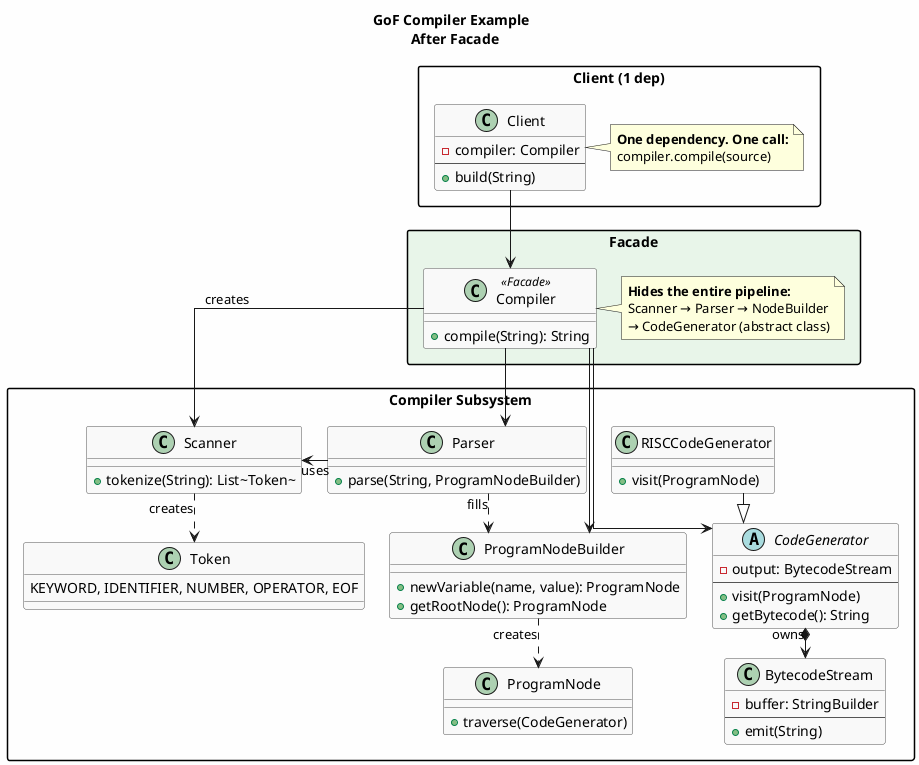
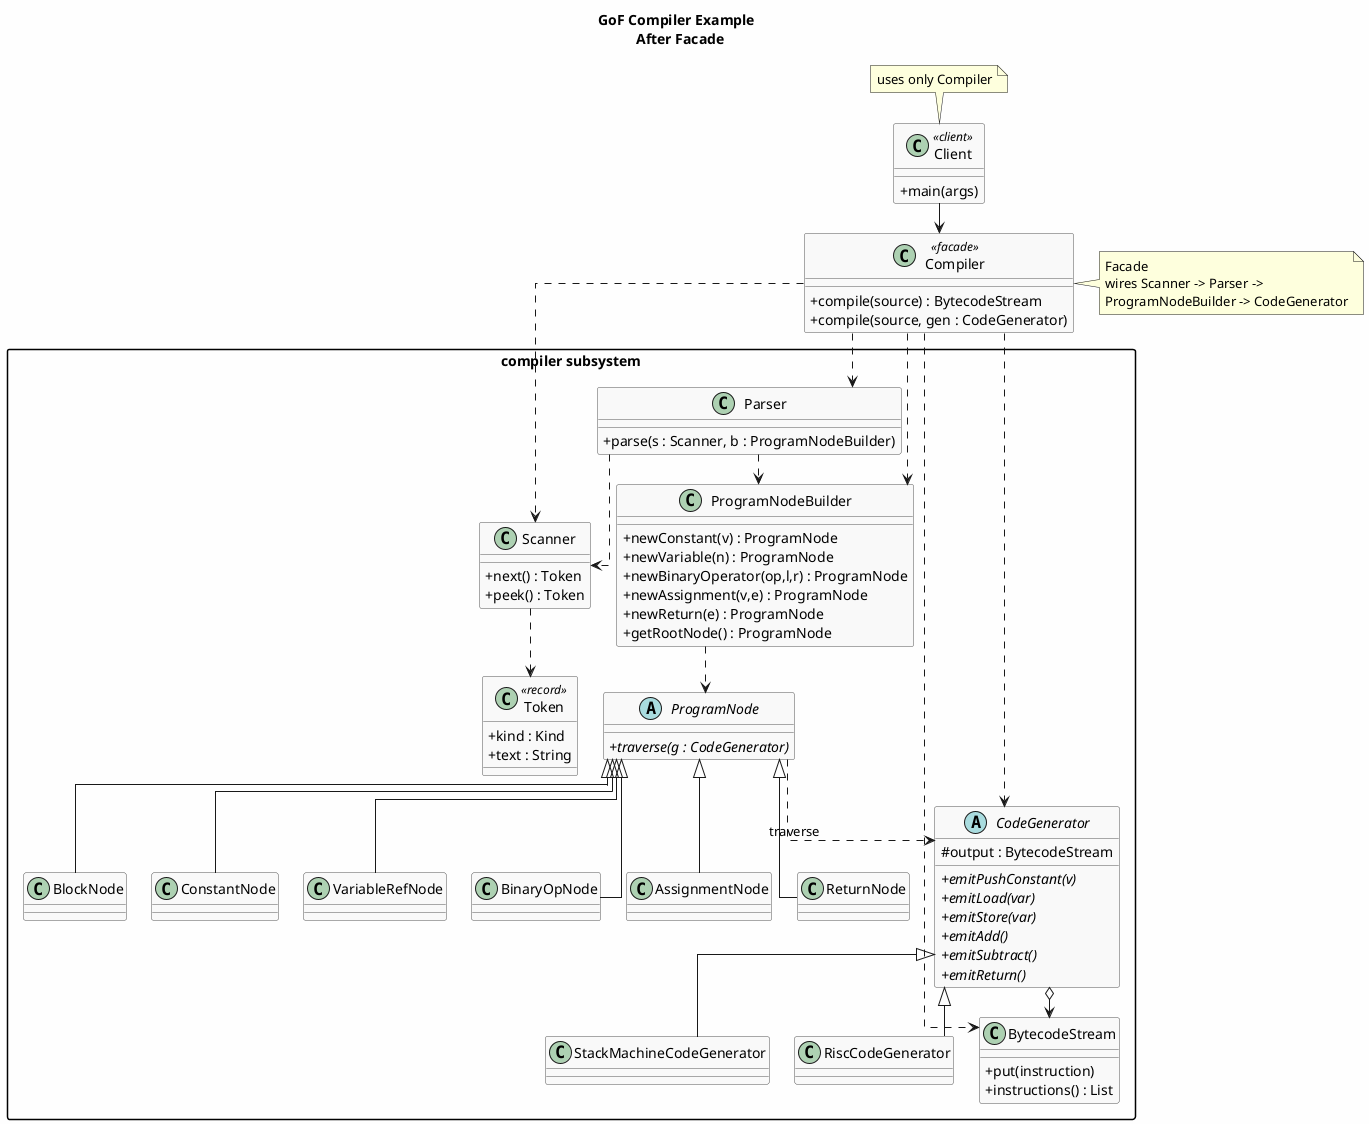
- @startuml gof_after
+ @startuml Facade-Compiler
+ skinparam classAttributeIconSize 0
skinparam backgroundColor #FEFEFE
skinparam packageStyle rectangle
skinparam nodesep 25
skinparam ranksep 30
skinparam linetype ortho
skinparam stereotypeCBackgroundColor #E8F5E9
+ 
skinparam class {
    BackgroundColor #F9F9F9
    BorderColor #555555
}

title GoF Compiler Example \n After Facade

- package "Client (1 dep)" as ClientPkg {
-     class Client {
-         - compiler: Compiler
-         --
-         + build(String)
-     }
+ class Client <<client>> {
+   + main(args)
+ }
+ note top of Client : uses only Compiler

-     note right of Client
-         <b>One dependency. One call:</b>
-         compiler.compile(source)
-     end note
+ class Compiler <<facade>> {
+   + compile(source) : BytecodeStream
+   + compile(source, gen : CodeGenerator)
+ }
+ note right of Compiler : Facade\nwires Scanner -> Parser ->\nProgramNodeBuilder -> CodeGenerator
+ 
+ package "compiler subsystem" {
+ 
+   class Scanner {
+     + next() : Token
+     + peek() : Token
+   }
+   class Token <<record>> {
+     + kind : Kind
+     + text : String
+   }
+   class Parser {
+     + parse(s : Scanner, b : ProgramNodeBuilder)
+   }
+   class ProgramNodeBuilder {
+     + newConstant(v) : ProgramNode
+     + newVariable(n) : ProgramNode
+     + newBinaryOperator(op,l,r) : ProgramNode
+     + newAssignment(v,e) : ProgramNode
+     + newReturn(e) : ProgramNode
+     + getRootNode() : ProgramNode
+   }
+ 
+   abstract class ProgramNode {
+     + {abstract} traverse(g : CodeGenerator)
+   }
+   class BlockNode
+   class ConstantNode
+   class VariableRefNode
+   class BinaryOpNode
+   class AssignmentNode
+   class ReturnNode
+ 
+   abstract class CodeGenerator {
+     # output : BytecodeStream
+     + {abstract} emitPushConstant(v)
+     + {abstract} emitLoad(var)
+     + {abstract} emitStore(var)
+     + {abstract} emitAdd()
+     + {abstract} emitSubtract()
+     + {abstract} emitReturn()
+   }
+   class StackMachineCodeGenerator
+   class RiscCodeGenerator
+ 
+   class BytecodeStream {
+     + put(instruction)
+     + instructions() : List
+   }
+ 
+   Scanner ..> Token
+   Parser ..> Scanner
+   Parser ..> ProgramNodeBuilder
+   ProgramNodeBuilder ..> ProgramNode
+   ProgramNode <|-- BlockNode
+   ProgramNode <|-- ConstantNode
+   ProgramNode <|-- VariableRefNode
+   ProgramNode <|-- BinaryOpNode
+   ProgramNode <|-- AssignmentNode
+   ProgramNode <|-- ReturnNode
+   CodeGenerator <|-- StackMachineCodeGenerator
+   CodeGenerator <|-- RiscCodeGenerator
+   CodeGenerator o--> BytecodeStream
+   ProgramNode ..> CodeGenerator : traverse
}

- package "Facade" #E8F5E9 {
-     class Compiler <<Facade>> {
-         + compile(String): String
-     }
- 
-     note right of Compiler
-         <b>Hides the entire pipeline:</b>
-         Scanner → Parser → NodeBuilder
-         → CodeGenerator (abstract class)
-     end note
- }
- 
- package "Compiler Subsystem" as Subs {
-     class Scanner {
-         + tokenize(String): List~Token~
-     }
-     class Token {
-         KEYWORD, IDENTIFIER, NUMBER, OPERATOR, EOF
-     }
-     class Parser {
-         + parse(String, ProgramNodeBuilder)
-     }
-     class ProgramNode {
-         + traverse(CodeGenerator)
-     }
-     class ProgramNodeBuilder {
-         + newVariable(name, value): ProgramNode
-         + getRootNode(): ProgramNode
-     }
-     abstract class CodeGenerator {
-         - output: BytecodeStream
-         --
-         + visit(ProgramNode)
-         + getBytecode(): String
-     }
-     class RISCCodeGenerator {
-         + visit(ProgramNode)
-     }
-     class BytecodeStream {
-         - buffer: StringBuilder
-         --
-         + emit(String)
-     }
- 
-     Scanner ..> Token : creates
-     Parser -left-> Scanner : uses
-     Parser ..> ProgramNodeBuilder : fills
-     ProgramNodeBuilder ..> ProgramNode : creates
-     RISCCodeGenerator --|> CodeGenerator
-     CodeGenerator *-down-> BytecodeStream : "owns"
- }
- 
- Client -down-> Compiler
- 
- Compiler -down-> Scanner : creates
- Compiler -down-> Parser
- Compiler -down-> ProgramNodeBuilder
- Compiler -down-> CodeGenerator
+ Client --> Compiler
+ Compiler ..> Scanner
+ Compiler ..> Parser
+ Compiler ..> ProgramNodeBuilder
+ Compiler ..> CodeGenerator
+ Compiler ..> BytecodeStream

@enduml
